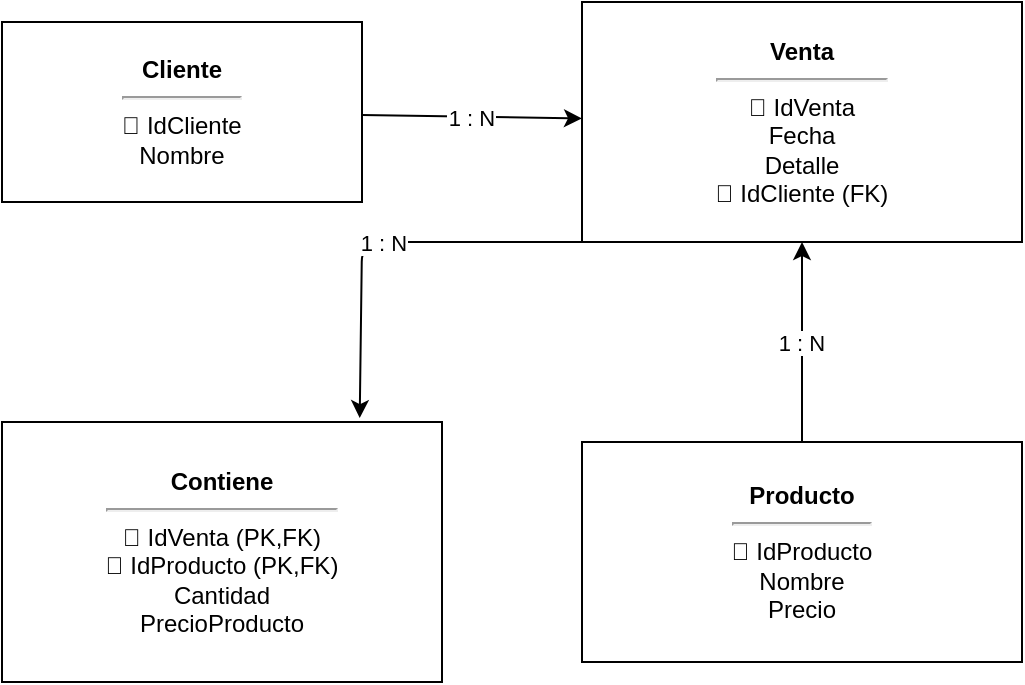
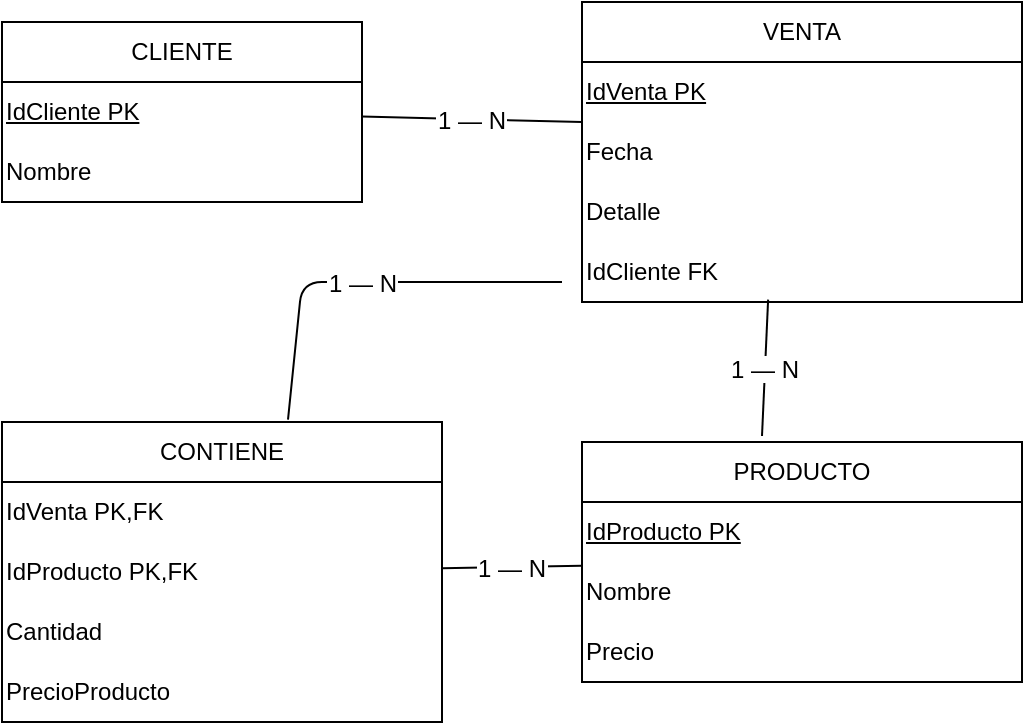
<mxfile host="Electron">
  <diagram name="4R Cliente-Venta-Producto" id="0">
-     <mxGraphModel dx="1030" dy="722" grid="1" gridSize="10" guides="1" tooltips="1" connect="1" arrows="1" fold="1" page="1" pageScale="1" pageWidth="827" pageHeight="1169" math="0" shadow="0">
+     <mxGraphModel dx="1269" dy="722" grid="1" gridSize="10" guides="1" tooltips="1" connect="1" arrows="1" fold="1" page="1" pageScale="1" pageWidth="827" pageHeight="1169" math="0" shadow="0">
      <root>
        <mxCell id="0" />
        <mxCell id="1" parent="0" />
-         <mxCell id="c" parent="1" style="rounded=0;whiteSpace=wrap;html=1;" value="&lt;b&gt;Cliente&lt;/b&gt;&lt;hr/&gt;🔑 IdCliente&lt;br/&gt;Nombre" vertex="1">
-           <mxGeometry height="90" width="180" x="40" y="50" as="geometry" />
+         <mxCell id="RhdVzR0SpxKNz2WQCiPf-21" parent="1" style="swimlane;fontStyle=0;childLayout=stackLayout;horizontal=1;startSize=30;horizontalStack=0;resizeParent=1;resizeParentMax=0;resizeLast=0;collapsible=1;marginBottom=0;whiteSpace=wrap;html=1;" value="CLIENTE" vertex="1">
+           <mxGeometry height="90" width="180" x="159" y="150" as="geometry" />
        </mxCell>
-         <mxCell id="v" parent="1" style="rounded=0;whiteSpace=wrap;html=1;" value="&lt;b&gt;Venta&lt;/b&gt;&lt;hr/&gt;🔑 IdVenta&lt;br/&gt;Fecha&lt;br/&gt;Detalle&lt;br/&gt;🔗 IdCliente (FK)" vertex="1">
-           <mxGeometry height="120" width="220" x="330" y="40" as="geometry" />
+         <mxCell id="RhdVzR0SpxKNz2WQCiPf-22" parent="RhdVzR0SpxKNz2WQCiPf-21" style="text;strokeColor=none;fillColor=none;align=left;verticalAlign=middle;html=1;fontStyle=4" value="IdCliente PK" vertex="1">
+           <mxGeometry height="30" width="180" y="30" as="geometry" />
        </mxCell>
-         <mxCell id="p" parent="1" style="rounded=0;whiteSpace=wrap;html=1;" value="&lt;b&gt;Producto&lt;/b&gt;&lt;hr/&gt;🔑 IdProducto&lt;br/&gt;Nombre&lt;br/&gt;Precio" vertex="1">
-           <mxGeometry height="110" width="220" x="330" y="260" as="geometry" />
+         <mxCell id="RhdVzR0SpxKNz2WQCiPf-23" parent="RhdVzR0SpxKNz2WQCiPf-21" style="text;strokeColor=none;fillColor=none;align=left;verticalAlign=middle;html=1;" value="Nombre" vertex="1">
+           <mxGeometry height="30" width="180" y="60" as="geometry" />
        </mxCell>
-         <mxCell id="cv" parent="1" style="rounded=0;whiteSpace=wrap;html=1;" value="&lt;b&gt;Contiene&lt;/b&gt;&lt;hr/&gt;🔗 IdVenta (PK,FK)&lt;br/&gt;🔗 IdProducto (PK,FK)&lt;br/&gt;Cantidad&lt;br/&gt;PrecioProducto" vertex="1">
-           <mxGeometry height="130" width="220" x="40" y="250" as="geometry" />
+         <mxCell id="RhdVzR0SpxKNz2WQCiPf-24" parent="1" style="swimlane;fontStyle=0;childLayout=stackLayout;horizontal=1;startSize=30;horizontalStack=0;resizeParent=1;resizeParentMax=0;resizeLast=0;collapsible=1;marginBottom=0;whiteSpace=wrap;html=1;" value="VENTA" vertex="1">
+           <mxGeometry height="150" width="220" x="449" y="140" as="geometry" />
        </mxCell>
-         <mxCell id="e1" edge="1" parent="1" source="c" target="v" value="1 : N">
+         <mxCell id="RhdVzR0SpxKNz2WQCiPf-25" parent="RhdVzR0SpxKNz2WQCiPf-24" style="text;strokeColor=none;fillColor=none;align=left;verticalAlign=middle;html=1;fontStyle=4" value="IdVenta PK" vertex="1">
+           <mxGeometry height="30" width="220" y="30" as="geometry" />
+         </mxCell>
+         <mxCell id="RhdVzR0SpxKNz2WQCiPf-26" parent="RhdVzR0SpxKNz2WQCiPf-24" style="text;strokeColor=none;fillColor=none;align=left;verticalAlign=middle;html=1;" value="Fecha" vertex="1">
+           <mxGeometry height="30" width="220" y="60" as="geometry" />
+         </mxCell>
+         <mxCell id="RhdVzR0SpxKNz2WQCiPf-27" parent="RhdVzR0SpxKNz2WQCiPf-24" style="text;strokeColor=none;fillColor=none;align=left;verticalAlign=middle;html=1;" value="Detalle" vertex="1">
+           <mxGeometry height="30" width="220" y="90" as="geometry" />
+         </mxCell>
+         <mxCell id="RhdVzR0SpxKNz2WQCiPf-28" parent="RhdVzR0SpxKNz2WQCiPf-24" style="text;strokeColor=none;fillColor=none;align=left;verticalAlign=middle;html=1;" value="IdCliente FK" vertex="1">
+           <mxGeometry height="30" width="220" y="120" as="geometry" />
+         </mxCell>
+         <mxCell id="RhdVzR0SpxKNz2WQCiPf-29" parent="1" style="swimlane;fontStyle=0;childLayout=stackLayout;horizontal=1;startSize=30;horizontalStack=0;resizeParent=1;resizeParentMax=0;resizeLast=0;collapsible=1;marginBottom=0;whiteSpace=wrap;html=1;" value="PRODUCTO" vertex="1">
+           <mxGeometry height="120" width="220" x="449" y="360" as="geometry" />
+         </mxCell>
+         <mxCell id="RhdVzR0SpxKNz2WQCiPf-30" parent="RhdVzR0SpxKNz2WQCiPf-29" style="text;strokeColor=none;fillColor=none;align=left;verticalAlign=middle;html=1;fontStyle=4" value="IdProducto PK" vertex="1">
+           <mxGeometry height="30" width="220" y="30" as="geometry" />
+         </mxCell>
+         <mxCell id="RhdVzR0SpxKNz2WQCiPf-31" parent="RhdVzR0SpxKNz2WQCiPf-29" style="text;strokeColor=none;fillColor=none;align=left;verticalAlign=middle;html=1;" value="Nombre" vertex="1">
+           <mxGeometry height="30" width="220" y="60" as="geometry" />
+         </mxCell>
+         <mxCell id="RhdVzR0SpxKNz2WQCiPf-32" parent="RhdVzR0SpxKNz2WQCiPf-29" style="text;strokeColor=none;fillColor=none;align=left;verticalAlign=middle;html=1;" value="Precio" vertex="1">
+           <mxGeometry height="30" width="220" y="90" as="geometry" />
+         </mxCell>
+         <mxCell id="RhdVzR0SpxKNz2WQCiPf-33" parent="1" style="swimlane;fontStyle=0;childLayout=stackLayout;horizontal=1;startSize=30;horizontalStack=0;resizeParent=1;resizeParentMax=0;resizeLast=0;collapsible=1;marginBottom=0;whiteSpace=wrap;html=1;" value="CONTIENE" vertex="1">
+           <mxGeometry height="150" width="220" x="159" y="350" as="geometry" />
+         </mxCell>
+         <mxCell id="RhdVzR0SpxKNz2WQCiPf-34" parent="RhdVzR0SpxKNz2WQCiPf-33" style="text;strokeColor=none;fillColor=none;align=left;verticalAlign=middle;html=1;" value="IdVenta PK,FK" vertex="1">
+           <mxGeometry height="30" width="220" y="30" as="geometry" />
+         </mxCell>
+         <mxCell id="RhdVzR0SpxKNz2WQCiPf-35" parent="RhdVzR0SpxKNz2WQCiPf-33" style="text;strokeColor=none;fillColor=none;align=left;verticalAlign=middle;html=1;" value="IdProducto PK,FK" vertex="1">
+           <mxGeometry height="30" width="220" y="60" as="geometry" />
+         </mxCell>
+         <mxCell id="RhdVzR0SpxKNz2WQCiPf-36" parent="RhdVzR0SpxKNz2WQCiPf-33" style="text;strokeColor=none;fillColor=none;align=left;verticalAlign=middle;html=1;" value="Cantidad" vertex="1">
+           <mxGeometry height="30" width="220" y="90" as="geometry" />
+         </mxCell>
+         <mxCell id="RhdVzR0SpxKNz2WQCiPf-37" parent="RhdVzR0SpxKNz2WQCiPf-33" style="text;strokeColor=none;fillColor=none;align=left;verticalAlign=middle;html=1;" value="PrecioProducto" vertex="1">
+           <mxGeometry height="30" width="220" y="120" as="geometry" />
+         </mxCell>
+         <mxCell id="RhdVzR0SpxKNz2WQCiPf-38" edge="1" parent="1" source="RhdVzR0SpxKNz2WQCiPf-21" style="endArrow=none;fontSize=12;entryX=0;entryY=1;entryDx=0;entryDy=0;" target="RhdVzR0SpxKNz2WQCiPf-25" value="1 — N">
          <mxGeometry relative="1" as="geometry" />
        </mxCell>
-         <mxCell id="e2" edge="1" parent="1" source="v" style="exitX=0;exitY=1;exitDx=0;exitDy=0;entryX=0.813;entryY=-0.015;entryDx=0;entryDy=0;entryPerimeter=0;" target="cv" value="1 : N">
+         <mxCell id="RhdVzR0SpxKNz2WQCiPf-39" edge="1" parent="1" style="endArrow=none;fontSize=12;entryX=0.65;entryY=-0.008;entryDx=0;entryDy=0;entryPerimeter=0;" target="RhdVzR0SpxKNz2WQCiPf-33" value="1 — N">
          <mxGeometry relative="1" as="geometry">
            <Array as="points">
-               <mxPoint x="220" y="160" />
+               <mxPoint x="309" y="280" />
            </Array>
+             <mxPoint x="439" y="280" as="sourcePoint" />
          </mxGeometry>
        </mxCell>
-         <mxCell id="e3" edge="1" parent="1" source="p" style="entryX=0.5;entryY=1;entryDx=0;entryDy=0;" target="v" value="1 : N">
+         <mxCell id="RhdVzR0SpxKNz2WQCiPf-40" edge="1" parent="1" source="RhdVzR0SpxKNz2WQCiPf-29" style="endArrow=none;fontSize=12;" target="RhdVzR0SpxKNz2WQCiPf-33" value="1 — N">
+           <mxGeometry relative="1" as="geometry" />
+         </mxCell>
+         <mxCell id="RhdVzR0SpxKNz2WQCiPf-41" edge="1" parent="1" style="endArrow=none;fontSize=12;entryX=0.423;entryY=0.96;entryDx=0;entryDy=0;entryPerimeter=0;" target="RhdVzR0SpxKNz2WQCiPf-28" value="1 — N">
          <mxGeometry relative="1" as="geometry">
-             <mxPoint as="offset" />
-             <Array as="points" />
+             <mxPoint x="539" y="357" as="sourcePoint" />
+             <mxPoint x="509" y="321" as="targetPoint" />
          </mxGeometry>
        </mxCell>
      </root>
    </mxGraphModel>
  </diagram>
</mxfile>
